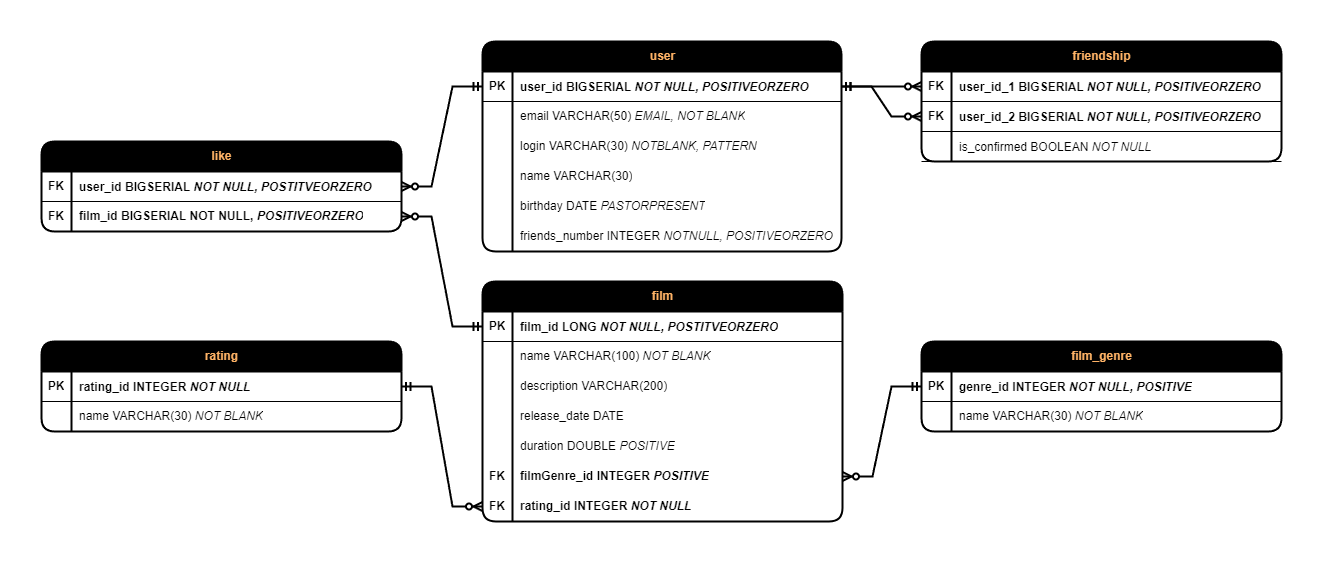
The draw.io diagram Filmorate database scheme.png in MironovNikita/java-filmorate, before a commit. Source tidied: cells renumbered, new cells last; positions are measured from the earlier drawing's top-left corner, leaving out a move shared by most shapes.
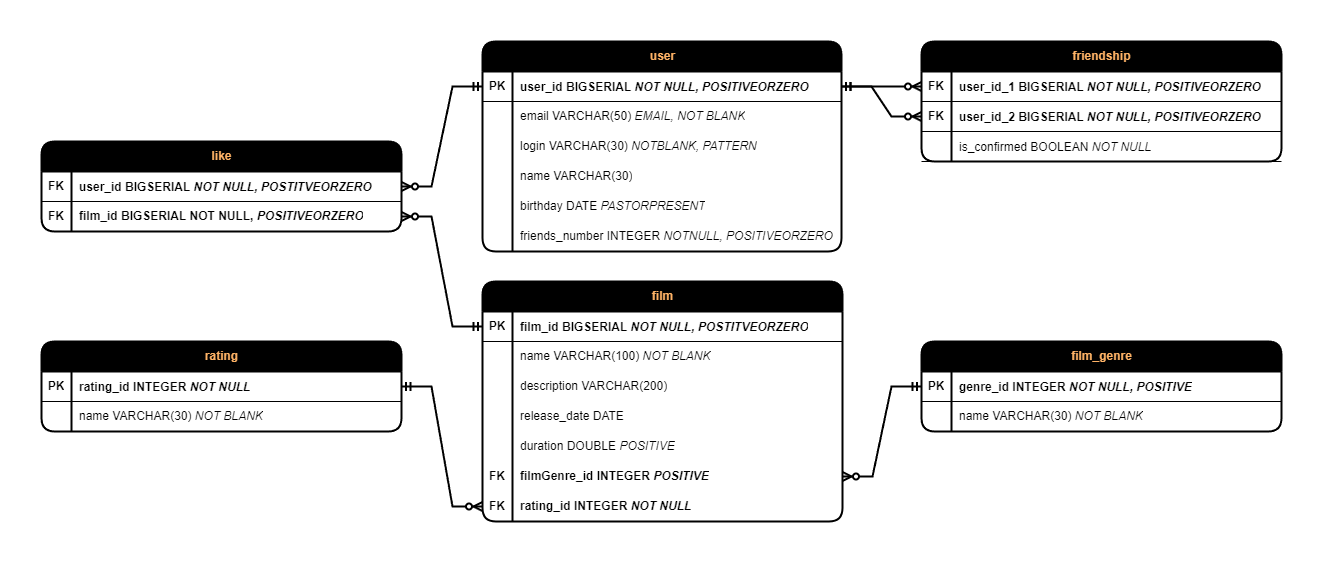
After the commit.

Commit message:
fix: корректировка недочётов в схеме БД по результатам взаимопроверки

The edit, as a diff of the source:
```diff
@@ -11,7 +11,7 @@
     <mxCell id="4" value="PK" style="shape=partialRectangle;fillColor=none;top=0;left=0;bottom=0;right=0;fontStyle=1;overflow=hidden;whiteSpace=wrap;html=1;" parent="3" vertex="1">
       <mxGeometry width="30" height="30" as="geometry" />
     </mxCell>
-    <mxCell id="5" value="&lt;p style=&quot;line-height: 0%;&quot;&gt;&lt;span style=&quot;border-color: var(--border-color);&quot;&gt;film_id LONG &lt;i&gt;NOT NULL, POSTITVEORZERO&lt;/i&gt;&lt;/span&gt;&lt;/p&gt;" style="shape=partialRectangle;fillColor=none;top=0;left=0;bottom=0;right=0;align=left;spacingLeft=6;fontStyle=1;overflow=hidden;whiteSpace=wrap;html=1;strokeColor=default;labelBackgroundColor=default;" parent="3" vertex="1">
+    <mxCell id="5" value="&lt;p style=&quot;line-height: 0%;&quot;&gt;&lt;span style=&quot;border-color: var(--border-color);&quot;&gt;film_id BIGSERIAL&amp;nbsp;&lt;i&gt;NOT NULL, POSTITVEORZERO&lt;/i&gt;&lt;/span&gt;&lt;/p&gt;" style="shape=partialRectangle;fillColor=none;top=0;left=0;bottom=0;right=0;align=left;spacingLeft=6;fontStyle=1;overflow=hidden;whiteSpace=wrap;html=1;strokeColor=default;labelBackgroundColor=default;" parent="3" vertex="1">
       <mxGeometry x="30" width="330" height="30" as="geometry" />
     </mxCell>
     <mxCell id="6" style="shape=tableRow;horizontal=0;startSize=0;swimlaneHead=0;swimlaneBody=0;fillColor=none;top=0;left=0;right=0;bottom=0;" parent="2" vertex="1">
```
